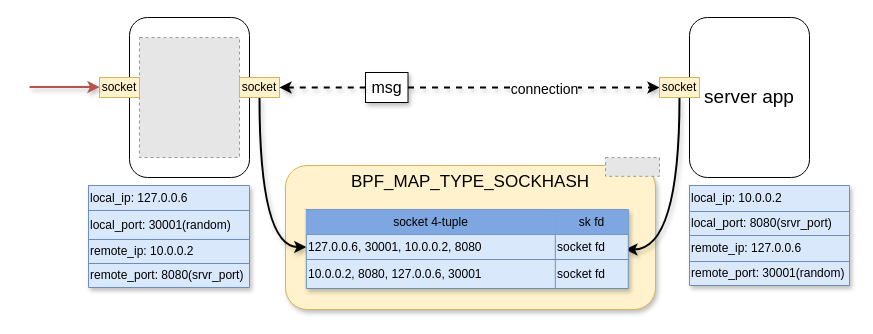
Before: istio_dataflow/ingress_egress_envoy_to_envoy/Ingress_acceleration.drawio in LuyaoZhong/Documents, a draw.io diagram. Source tidied: cells renumbered, new cells numbered last; positions are measured from the earlier drawing's top-left corner, leaving out a move shared by most shapes. Both pictures are drawn from the tidied source at 100%, with x=0, y=0 at pixel (29, 17). Pictures stored in the file or linked from it are replaced by grey dashed boxes.
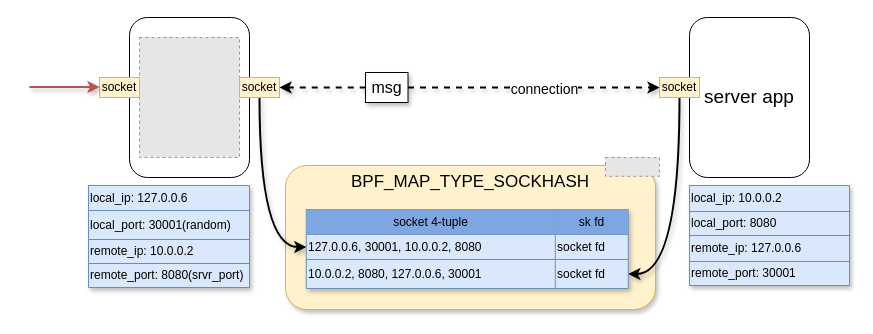
After the change.

Unchanged cells that the change refers to:
```xml
<mxCell id="11" value="socket" style="text;html=1;strokeColor=#d6b656;fillColor=#fff2cc;align=center;verticalAlign=middle;whiteSpace=wrap;rounded=0;" parent="1" vertex="1">
  <mxGeometry x="630" y="60" width="40" height="20" as="geometry" />
</mxCell>
<mxCell id="26" style="shape=partialRectangle;html=1;whiteSpace=wrap;fillColor=none;top=0;left=0;bottom=0;right=0;" parent="23" vertex="1">
  <mxGeometry y="26" width="160" height="24" as="geometry" />
</mxCell>
<mxCell id="30" style="shape=partialRectangle;html=1;whiteSpace=wrap;fillColor=none;top=0;left=0;bottom=0;right=0;" parent="23" vertex="1">
  <mxGeometry y="76" width="160" height="24" as="geometry" />
</mxCell>
<mxCell id="38" style="shape=partialRectangle;html=1;whiteSpace=wrap;fillColor=none;top=0;left=0;bottom=0;right=0;points=[[0,0.5],[1,0.5]];portConstraint=eastwest;" parent="34" vertex="1">
  <mxGeometry y="25" width="322" height="25" as="geometry" />
</mxCell>
<mxCell id="41" style="shape=partialRectangle;html=1;whiteSpace=wrap;fillColor=none;top=0;left=0;bottom=0;right=0;points=[[0,0.5],[1,0.5]];portConstraint=eastwest;" parent="34" vertex="1">
  <mxGeometry y="50" width="322" height="29" as="geometry" />
</mxCell>
```

The edit, as a diff of the source:
```diff
@@
-    <mxCell id="10" style="edgeStyle=orthogonalEdgeStyle;curved=1;rounded=0;jettySize=auto;html=1;shadow=1;startArrow=none;startFill=0;strokeWidth=2;entryX=0.991;entryY=0.6;entryDx=0;entryDy=0;entryPerimeter=0;" parent="1" edge="1" source="11" target="38">
+    <mxCell id="10" style="edgeStyle=orthogonalEdgeStyle;curved=1;rounded=0;jettySize=auto;html=1;shadow=1;startArrow=none;startFill=0;strokeWidth=2;entryX=1;entryY=0.5;entryDx=0;entryDy=0;" parent="1" edge="1" source="11" target="41">
       <mxGeometry relative="1" as="geometry" />
     </mxCell>
@@
-    <mxCell id="27" value="local_port: 8080(srvr_port)" style="shape=partialRectangle;html=1;whiteSpace=wrap;overflow=hidden;fillColor=none;top=0;left=0;bottom=0;right=0;align=left;" parent="26" vertex="1">
+    <mxCell id="27" value="local_port: 8080" style="shape=partialRectangle;html=1;whiteSpace=wrap;overflow=hidden;fillColor=none;top=0;left=0;bottom=0;right=0;align=left;" parent="26" vertex="1">
       <mxGeometry width="160" height="24" as="geometry" />
     </mxCell>
@@
-    <mxCell id="31" value="remote_port: 30001(random)" style="shape=partialRectangle;html=1;whiteSpace=wrap;overflow=hidden;fillColor=none;top=0;left=0;bottom=0;right=0;align=left;" parent="30" vertex="1">
+    <mxCell id="31" value="remote_port: 30001" style="shape=partialRectangle;html=1;whiteSpace=wrap;overflow=hidden;fillColor=none;top=0;left=0;bottom=0;right=0;align=left;" parent="30" vertex="1">
       <mxGeometry width="160" height="24" as="geometry" />
     </mxCell>
```
